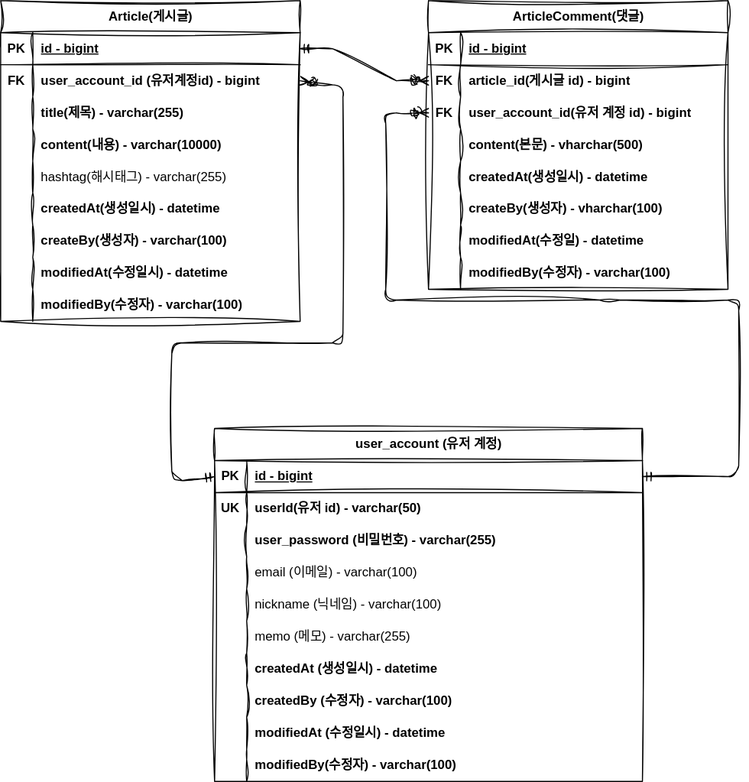
newbe01/board-service keeps this draw.io diagram as document/project-board-erd.svg. Above is the earlier version. Source tidied: cells renumbered, new cells last; positions are measured from the earlier drawing's top-left corner, leaving out a move shared by most shapes.
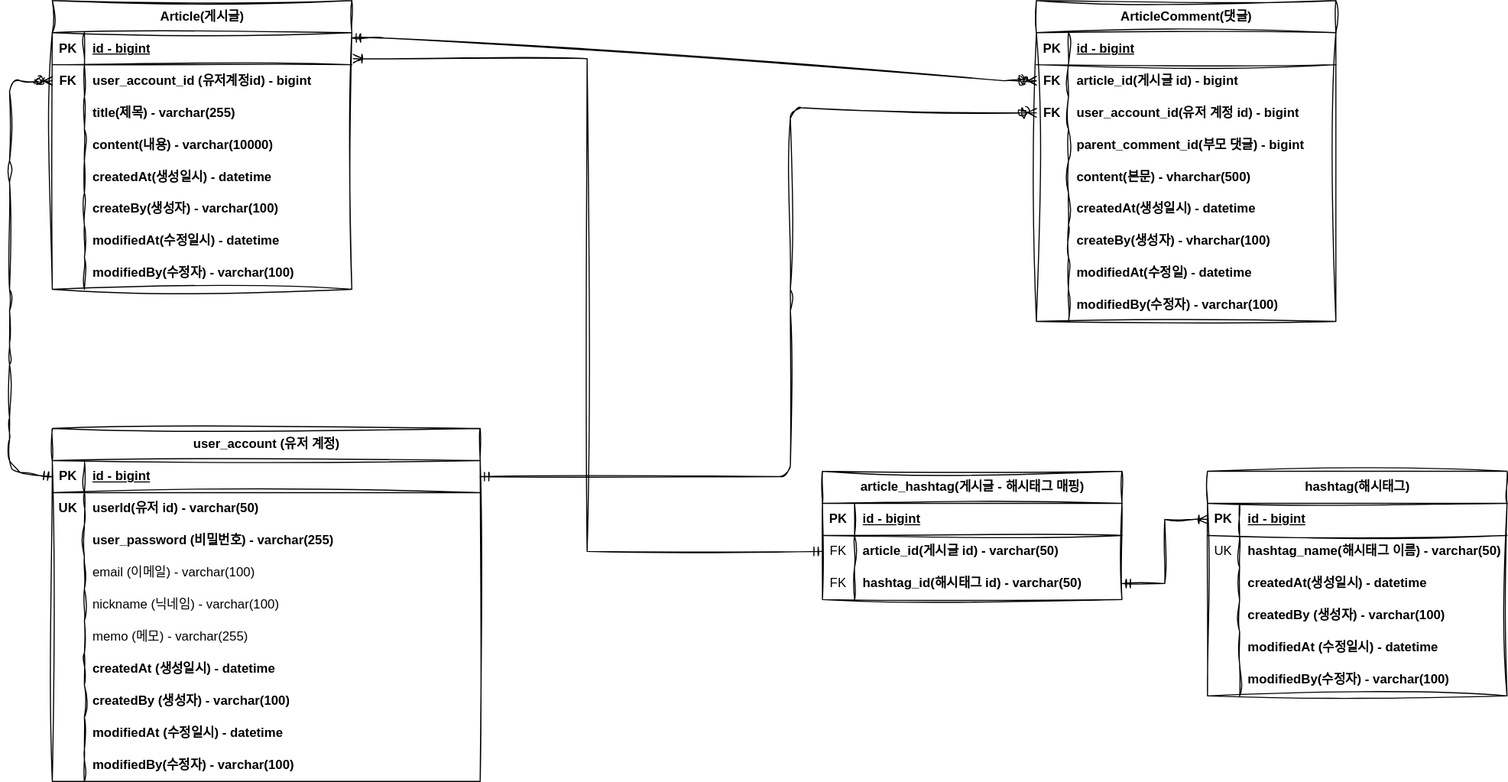
After the commit.

Commit message:
#48 - project-board-erd.svg 업데이트: 대댓글, 해시태그

The edit, as a diff of the source:
```diff
@@ -5,3 +5,3 @@
     <mxCell id="2" value="Article(게시글)" style="shape=table;startSize=30;rowLines=0;fontStyle=1;align=center;html=1;rounded=0;sketch=1;curveFitting=1;jiggle=2;" parent="1" vertex="1">
-      <mxGeometry width="280" height="300" as="geometry" />
+      <mxGeometry width="280" height="270" as="geometry" />
     </mxCell>
@@ -43,13 +43,4 @@
     </mxCell>
-    <mxCell id="15" style="shape=tableRow;horizontal=0;startSize=0;swimlaneHead=0;swimlaneBody=0;fillColor=none;top=0;left=0;right=0;bottom=0;rounded=0;sketch=1;curveFitting=1;jiggle=2;" parent="2" vertex="1">
-      <mxGeometry y="150" width="280" height="30" as="geometry" />
-    </mxCell>
-    <mxCell id="16" style="shape=partialRectangle;fillColor=none;top=0;left=0;bottom=0;right=0;overflow=hidden;whiteSpace=wrap;html=1;rounded=0;sketch=1;curveFitting=1;jiggle=2;" parent="15" vertex="1">
-      <mxGeometry width="30" height="30" as="geometry" />
-    </mxCell>
-    <mxCell id="17" value="hashtag(해시태그) - varchar(255)" style="shape=partialRectangle;fillColor=none;top=0;left=0;bottom=0;right=0;align=left;spacingLeft=6;overflow=hidden;whiteSpace=wrap;html=1;rounded=0;sketch=1;curveFitting=1;jiggle=2;" parent="15" vertex="1">
-      <mxGeometry x="30" width="250" height="30" as="geometry" />
-    </mxCell>
     <mxCell id="18" style="shape=tableRow;horizontal=0;startSize=0;swimlaneHead=0;swimlaneBody=0;fillColor=none;top=0;left=0;right=0;bottom=0;rounded=0;sketch=1;curveFitting=1;jiggle=2;" parent="2" vertex="1">
-      <mxGeometry y="180" width="280" height="30" as="geometry" />
+      <mxGeometry y="150" width="280" height="30" as="geometry" />
     </mxCell>
@@ -62,3 +53,3 @@
     <mxCell id="21" style="shape=tableRow;horizontal=0;startSize=0;swimlaneHead=0;swimlaneBody=0;fillColor=none;top=0;left=0;right=0;bottom=0;rounded=0;sketch=1;curveFitting=1;jiggle=2;" parent="2" vertex="1">
-      <mxGeometry y="210" width="280" height="30" as="geometry" />
+      <mxGeometry y="180" width="280" height="30" as="geometry" />
     </mxCell>
@@ -71,3 +62,3 @@
     <mxCell id="24" style="shape=tableRow;horizontal=0;startSize=0;swimlaneHead=0;swimlaneBody=0;fillColor=none;top=0;left=0;right=0;bottom=0;rounded=0;sketch=1;curveFitting=1;jiggle=2;" parent="2" vertex="1">
-      <mxGeometry y="240" width="280" height="30" as="geometry" />
+      <mxGeometry y="210" width="280" height="30" as="geometry" />
     </mxCell>
@@ -80,3 +71,3 @@
     <mxCell id="27" style="shape=tableRow;horizontal=0;startSize=0;swimlaneHead=0;swimlaneBody=0;fillColor=none;top=0;left=0;right=0;bottom=0;rounded=0;sketch=1;curveFitting=1;jiggle=2;" parent="2" vertex="1">
-      <mxGeometry y="270" width="280" height="30" as="geometry" />
+      <mxGeometry y="240" width="280" height="30" as="geometry" />
     </mxCell>
@@ -89,3 +80,3 @@
     <mxCell id="30" value="ArticleComment(댓글)" style="shape=table;startSize=30;rowLines=0;fontStyle=1;align=center;html=1;rounded=0;sketch=1;curveFitting=1;jiggle=2;" parent="1" vertex="1">
-      <mxGeometry x="400" width="280" height="270" as="geometry" />
+      <mxGeometry x="920" width="280" height="300" as="geometry" />
     </mxCell>
@@ -124,3 +115,3 @@
     </mxCell>
-    <mxCell id="42" value="content(본문) - vharchar(500)" style="shape=partialRectangle;fillColor=none;top=0;left=0;bottom=0;right=0;align=left;spacingLeft=6;overflow=hidden;whiteSpace=wrap;html=1;rounded=0;sketch=1;curveFitting=1;jiggle=2;fontStyle=1;" parent="40" vertex="1">
+    <mxCell id="42" value="parent_comment_id(부모 댓글) - bigint" style="shape=partialRectangle;fillColor=none;top=0;left=0;bottom=0;right=0;align=left;spacingLeft=6;overflow=hidden;whiteSpace=wrap;html=1;rounded=0;sketch=1;curveFitting=1;jiggle=2;fontStyle=1;" parent="40" vertex="1">
       <mxGeometry x="30" width="250" height="30" as="geometry" />
@@ -133,3 +124,3 @@
     </mxCell>
-    <mxCell id="45" value="createdAt(생성일시) - datetime" style="shape=partialRectangle;fillColor=none;top=0;left=0;bottom=0;right=0;align=left;spacingLeft=6;overflow=hidden;whiteSpace=wrap;html=1;rounded=0;sketch=1;curveFitting=1;jiggle=2;fontStyle=1;" parent="43" vertex="1">
+    <mxCell id="45" value="content(본문) - vharchar(500)" style="shape=partialRectangle;fillColor=none;top=0;left=0;bottom=0;right=0;align=left;spacingLeft=6;overflow=hidden;whiteSpace=wrap;html=1;rounded=0;sketch=1;curveFitting=1;jiggle=2;fontStyle=1;" parent="43" vertex="1">
       <mxGeometry x="30" width="250" height="30" as="geometry" />
@@ -142,3 +133,3 @@
     </mxCell>
-    <mxCell id="48" value="createBy(생성자) - vharchar(100)" style="shape=partialRectangle;fillColor=none;top=0;left=0;bottom=0;right=0;align=left;spacingLeft=6;overflow=hidden;whiteSpace=wrap;html=1;rounded=0;sketch=1;curveFitting=1;jiggle=2;fontStyle=1;" parent="46" vertex="1">
+    <mxCell id="48" value="createdAt(생성일시) - datetime" style="shape=partialRectangle;fillColor=none;top=0;left=0;bottom=0;right=0;align=left;spacingLeft=6;overflow=hidden;whiteSpace=wrap;html=1;rounded=0;sketch=1;curveFitting=1;jiggle=2;fontStyle=1;" parent="46" vertex="1">
       <mxGeometry x="30" width="250" height="30" as="geometry" />
@@ -151,3 +142,3 @@
     </mxCell>
-    <mxCell id="51" value="modifiedAt(수정일) - datetime" style="shape=partialRectangle;fillColor=none;top=0;left=0;bottom=0;right=0;align=left;spacingLeft=6;overflow=hidden;whiteSpace=wrap;html=1;rounded=0;sketch=1;curveFitting=1;jiggle=2;fontStyle=1;" parent="49" vertex="1">
+    <mxCell id="51" value="createBy(생성자) - vharchar(100)" style="shape=partialRectangle;fillColor=none;top=0;left=0;bottom=0;right=0;align=left;spacingLeft=6;overflow=hidden;whiteSpace=wrap;html=1;rounded=0;sketch=1;curveFitting=1;jiggle=2;fontStyle=1;" parent="49" vertex="1">
       <mxGeometry x="30" width="250" height="30" as="geometry" />
@@ -160,6 +151,15 @@
     </mxCell>
-    <mxCell id="54" value="modifiedBy(수정자) - varchar(100)" style="shape=partialRectangle;fillColor=none;top=0;left=0;bottom=0;right=0;align=left;spacingLeft=6;overflow=hidden;whiteSpace=wrap;html=1;rounded=0;sketch=1;curveFitting=1;jiggle=2;fontStyle=1;" parent="52" vertex="1">
+    <mxCell id="54" value="modifiedAt(수정일) - datetime" style="shape=partialRectangle;fillColor=none;top=0;left=0;bottom=0;right=0;align=left;spacingLeft=6;overflow=hidden;whiteSpace=wrap;html=1;rounded=0;sketch=1;curveFitting=1;jiggle=2;fontStyle=1;" parent="52" vertex="1">
       <mxGeometry x="30" width="250" height="30" as="geometry" />
     </mxCell>
+    <mxCell id="89" style="shape=tableRow;horizontal=0;startSize=0;swimlaneHead=0;swimlaneBody=0;fillColor=none;top=0;left=0;right=0;bottom=0;rounded=0;sketch=1;curveFitting=1;jiggle=2;" parent="30" vertex="1">
+      <mxGeometry y="270" width="280" height="30" as="geometry" />
+    </mxCell>
+    <mxCell id="90" style="shape=partialRectangle;fillColor=none;top=0;left=0;bottom=0;right=0;overflow=hidden;whiteSpace=wrap;html=1;rounded=0;sketch=1;curveFitting=1;jiggle=2;" parent="89" vertex="1">
+      <mxGeometry width="30" height="30" as="geometry" />
+    </mxCell>
+    <mxCell id="91" value="modifiedBy(수정자) - varchar(100)" style="shape=partialRectangle;fillColor=none;top=0;left=0;bottom=0;right=0;align=left;spacingLeft=6;overflow=hidden;whiteSpace=wrap;html=1;rounded=0;sketch=1;curveFitting=1;jiggle=2;fontStyle=1;" parent="89" vertex="1">
+      <mxGeometry x="30" width="250" height="30" as="geometry" />
+    </mxCell>
-    <mxCell id="55" style="edgeStyle=entityRelationEdgeStyle;fontSize=12;html=1;endArrow=ERzeroToMany;startArrow=ERmandOne;rounded=0;sketch=1;hachureGap=4;jiggle=2;curveFitting=1;fontFamily=Architects Daughter;fontSource=https%3A%2F%2Ffonts.googleapis.com%2Fcss%3Ffamily%3DArchitects%2BDaughter;exitX=1;exitY=0.5;exitDx=0;exitDy=0;entryX=0;entryY=0.5;entryDx=0;entryDy=0;" parent="1" edge="1" source="3" target="34">
+    <mxCell id="55" style="edgeStyle=entityRelationEdgeStyle;fontSize=12;html=1;endArrow=ERzeroToMany;startArrow=ERmandOne;rounded=0;sketch=1;hachureGap=4;jiggle=2;curveFitting=1;fontFamily=Architects Daughter;fontSource=https%3A%2F%2Ffonts.googleapis.com%2Fcss%3Ffamily%3DArchitects%2BDaughter;exitX=1.001;exitY=0.167;exitDx=0;exitDy=0;entryX=0;entryY=0.5;entryDx=0;entryDy=0;exitPerimeter=0;" parent="1" edge="1" source="3" target="34">
       <mxGeometry relative="1" as="geometry" />
@@ -167,3 +167,3 @@
     <mxCell id="56" value="user_account (유저 계정)" style="shape=table;startSize=30;rowLines=0;fontStyle=1;align=center;html=1;rounded=0;sketch=1;curveFitting=1;jiggle=2;" parent="1" vertex="1">
-      <mxGeometry x="200" y="400" width="400" height="330" as="geometry" />
+      <mxGeometry y="400" width="400" height="330" as="geometry" />
     </mxCell>
@@ -238,3 +238,3 @@
     </mxCell>
-    <mxCell id="80" value="createdBy (수정자) - varchar(100)" style="shape=partialRectangle;fillColor=none;top=0;left=0;bottom=0;right=0;align=left;spacingLeft=6;overflow=hidden;whiteSpace=wrap;html=1;rounded=0;sketch=1;curveFitting=1;jiggle=2;fontStyle=1;" parent="78" vertex="1">
+    <mxCell id="80" value="createdBy (생성자) - varchar(100)" style="shape=partialRectangle;fillColor=none;top=0;left=0;bottom=0;right=0;align=left;spacingLeft=6;overflow=hidden;whiteSpace=wrap;html=1;rounded=0;sketch=1;curveFitting=1;jiggle=2;fontStyle=1;" parent="78" vertex="1">
       <mxGeometry x="30" width="370" height="30" as="geometry" />
@@ -264,5 +264,3 @@
           <mxPoint x="690" y="280" />
-          <mxPoint x="570" y="280" />
-          <mxPoint x="360" y="280" />
-          <mxPoint x="360" y="105" />
+          <mxPoint x="690" y="100" />
         </Array>
@@ -270,9 +268,11 @@
     </mxCell>
-    <mxCell id="88" style="fontSize=12;html=1;endArrow=ERzeroToMany;startArrow=ERmandOne;sketch=1;hachureGap=4;jiggle=2;curveFitting=1;fontFamily=Architects Daughter;fontSource=https%3A%2F%2Ffonts.googleapis.com%2Fcss%3Ffamily%3DArchitects%2BDaughter;exitX=0;exitY=0.5;exitDx=0;exitDy=0;rounded=1;entryX=1;entryY=0.5;entryDx=0;entryDy=0;" parent="1" edge="1" source="57" target="6">
+    <mxCell id="88" style="fontSize=12;html=1;endArrow=ERzeroToMany;startArrow=ERmandOne;sketch=1;hachureGap=4;jiggle=2;curveFitting=1;fontFamily=Architects Daughter;fontSource=https%3A%2F%2Ffonts.googleapis.com%2Fcss%3Ffamily%3DArchitects%2BDaughter;exitX=0;exitY=0.5;exitDx=0;exitDy=0;rounded=1;entryX=0;entryY=0.5;entryDx=0;entryDy=0;" parent="1" edge="1" source="57" target="6">
       <mxGeometry relative="1" as="geometry">
         <Array as="points">
-          <mxPoint x="160" y="450" />
-          <mxPoint x="160" y="320" />
-          <mxPoint x="320" y="320" />
-          <mxPoint x="320" y="80" />
+          <mxPoint x="-40" y="440" />
+          <mxPoint x="-40" y="400" />
+          <mxPoint x="-40" y="330" />
+          <mxPoint x="-40" y="280" />
+          <mxPoint x="-40" y="160" />
+          <mxPoint x="-40" y="75" />
         </Array>
@@ -280,2 +280,95 @@
     </mxCell>
+    <mxCell id="92" value="hashtag(해시태그)" style="shape=table;startSize=30;rowLines=0;fontStyle=1;align=center;html=1;rounded=0;sketch=1;curveFitting=1;jiggle=2;" parent="1" vertex="1">
+      <mxGeometry x="1080" y="440" width="280" height="210" as="geometry" />
+    </mxCell>
+    <mxCell id="93" style="shape=tableRow;horizontal=0;startSize=0;swimlaneHead=0;swimlaneBody=0;fillColor=none;points=[[0,0.5],[1,0.5]];portConstraint=eastwest;top=0;left=0;right=0;bottom=1;rounded=0;sketch=1;curveFitting=1;jiggle=2;" parent="92" vertex="1">
+      <mxGeometry y="30" width="280" height="30" as="geometry" />
+    </mxCell>
+    <mxCell id="94" value="PK" style="shape=partialRectangle;fillColor=none;top=0;left=0;bottom=0;right=0;fontStyle=1;overflow=hidden;whiteSpace=wrap;html=1;rounded=0;sketch=1;curveFitting=1;jiggle=2;" parent="93" vertex="1">
+      <mxGeometry width="30" height="30" as="geometry" />
+    </mxCell>
+    <mxCell id="95" value="id - bigint" style="shape=partialRectangle;fillColor=none;top=0;left=0;bottom=0;right=0;align=left;spacingLeft=6;fontStyle=5;overflow=hidden;whiteSpace=wrap;html=1;rounded=0;sketch=1;curveFitting=1;jiggle=2;" parent="93" vertex="1">
+      <mxGeometry x="30" width="250" height="30" as="geometry" />
+    </mxCell>
+    <mxCell id="96" style="shape=tableRow;horizontal=0;startSize=0;swimlaneHead=0;swimlaneBody=0;fillColor=none;top=0;left=0;right=0;bottom=0;rounded=0;sketch=1;curveFitting=1;jiggle=2;" parent="92" vertex="1">
+      <mxGeometry y="60" width="280" height="30" as="geometry" />
+    </mxCell>
+    <mxCell id="97" value="&lt;span style=&quot;font-weight: normal;&quot;&gt;UK&lt;/span&gt;" style="shape=partialRectangle;fillColor=none;top=0;left=0;bottom=0;right=0;overflow=hidden;whiteSpace=wrap;html=1;rounded=0;sketch=1;curveFitting=1;jiggle=2;fontStyle=1;" parent="96" vertex="1">
+      <mxGeometry width="30" height="30" as="geometry" />
+    </mxCell>
+    <mxCell id="98" value="hashtag_name(해시태그 이름) - varchar(50)" style="shape=partialRectangle;fillColor=none;top=0;left=0;bottom=0;right=0;align=left;spacingLeft=6;overflow=hidden;whiteSpace=wrap;html=1;rounded=0;sketch=1;curveFitting=1;jiggle=2;fontStyle=1;" parent="96" vertex="1">
+      <mxGeometry x="30" width="250" height="30" as="geometry" />
+    </mxCell>
+    <mxCell id="99" style="shape=tableRow;horizontal=0;startSize=0;swimlaneHead=0;swimlaneBody=0;fillColor=none;top=0;left=0;right=0;bottom=0;rounded=0;sketch=1;curveFitting=1;jiggle=2;" parent="92" vertex="1">
+      <mxGeometry y="90" width="280" height="30" as="geometry" />
+    </mxCell>
+    <mxCell id="100" style="shape=partialRectangle;fillColor=none;top=0;left=0;bottom=0;right=0;overflow=hidden;whiteSpace=wrap;html=1;rounded=0;sketch=1;curveFitting=1;jiggle=2;fontStyle=1;" parent="99" vertex="1">
+      <mxGeometry width="30" height="30" as="geometry" />
+    </mxCell>
+    <mxCell id="101" value="createdAt(생성일시) - datetime" style="shape=partialRectangle;fillColor=none;top=0;left=0;bottom=0;right=0;align=left;spacingLeft=6;overflow=hidden;whiteSpace=wrap;html=1;rounded=0;sketch=1;curveFitting=1;jiggle=2;fontStyle=1;" parent="99" vertex="1">
+      <mxGeometry x="30" width="250" height="30" as="geometry" />
+    </mxCell>
+    <mxCell id="102" style="shape=tableRow;horizontal=0;startSize=0;swimlaneHead=0;swimlaneBody=0;fillColor=none;top=0;left=0;right=0;bottom=0;rounded=0;sketch=1;curveFitting=1;jiggle=2;" parent="92" vertex="1">
+      <mxGeometry y="120" width="280" height="30" as="geometry" />
+    </mxCell>
+    <mxCell id="103" style="shape=partialRectangle;fillColor=none;top=0;left=0;bottom=0;right=0;overflow=hidden;whiteSpace=wrap;html=1;rounded=0;sketch=1;curveFitting=1;jiggle=2;" parent="102" vertex="1">
+      <mxGeometry width="30" height="30" as="geometry" />
+    </mxCell>
+    <mxCell id="104" value="createdBy (생성자) - varchar(100)" style="shape=partialRectangle;fillColor=none;top=0;left=0;bottom=0;right=0;align=left;spacingLeft=6;overflow=hidden;whiteSpace=wrap;html=1;rounded=0;sketch=1;curveFitting=1;jiggle=2;fontStyle=1;" parent="102" vertex="1">
+      <mxGeometry x="30" width="250" height="30" as="geometry" />
+    </mxCell>
+    <mxCell id="15" style="shape=tableRow;horizontal=0;startSize=0;swimlaneHead=0;swimlaneBody=0;fillColor=none;top=0;left=0;right=0;bottom=0;rounded=0;sketch=1;curveFitting=1;jiggle=2;" parent="92" vertex="1">
+      <mxGeometry y="150" width="280" height="30" as="geometry" />
+    </mxCell>
+    <mxCell id="105" style="shape=partialRectangle;fillColor=none;top=0;left=0;bottom=0;right=0;overflow=hidden;whiteSpace=wrap;html=1;rounded=0;sketch=1;curveFitting=1;jiggle=2;" parent="15" vertex="1">
+      <mxGeometry width="30" height="30" as="geometry" />
+    </mxCell>
+    <mxCell id="106" value="modifiedAt (수정일시) - datetime" style="shape=partialRectangle;fillColor=none;top=0;left=0;bottom=0;right=0;align=left;spacingLeft=6;overflow=hidden;whiteSpace=wrap;html=1;rounded=0;sketch=1;curveFitting=1;jiggle=2;fontStyle=1;" parent="15" vertex="1">
+      <mxGeometry x="30" width="250" height="30" as="geometry" />
+    </mxCell>
+    <mxCell id="107" style="shape=tableRow;horizontal=0;startSize=0;swimlaneHead=0;swimlaneBody=0;fillColor=none;top=0;left=0;right=0;bottom=0;rounded=0;sketch=1;curveFitting=1;jiggle=2;" parent="92" vertex="1">
+      <mxGeometry y="180" width="280" height="30" as="geometry" />
+    </mxCell>
+    <mxCell id="108" style="shape=partialRectangle;fillColor=none;top=0;left=0;bottom=0;right=0;overflow=hidden;whiteSpace=wrap;html=1;rounded=0;sketch=1;curveFitting=1;jiggle=2;" parent="107" vertex="1">
+      <mxGeometry width="30" height="30" as="geometry" />
+    </mxCell>
+    <mxCell id="109" value="modifiedBy(수정자) - varchar(100)" style="shape=partialRectangle;fillColor=none;top=0;left=0;bottom=0;right=0;align=left;spacingLeft=6;overflow=hidden;whiteSpace=wrap;html=1;rounded=0;sketch=1;curveFitting=1;jiggle=2;fontStyle=1;" parent="107" vertex="1">
+      <mxGeometry x="30" width="250" height="30" as="geometry" />
+    </mxCell>
+    <mxCell id="110" value="article_hashtag(게시글 - 해시태그 매핑)" style="shape=table;startSize=30;rowLines=0;fontStyle=1;align=center;html=1;rounded=0;sketch=1;curveFitting=1;jiggle=2;" parent="1" vertex="1">
+      <mxGeometry x="720" y="440" width="280" height="120" as="geometry" />
+    </mxCell>
+    <mxCell id="111" style="shape=tableRow;horizontal=0;startSize=0;swimlaneHead=0;swimlaneBody=0;fillColor=none;top=0;left=0;right=0;bottom=1;rounded=0;sketch=1;curveFitting=1;jiggle=2;" parent="110" vertex="1">
+      <mxGeometry y="30" width="280" height="30" as="geometry" />
+    </mxCell>
+    <mxCell id="112" value="PK" style="shape=partialRectangle;fillColor=none;top=0;left=0;bottom=0;right=0;fontStyle=1;overflow=hidden;whiteSpace=wrap;html=1;rounded=0;sketch=1;curveFitting=1;jiggle=2;" parent="111" vertex="1">
+      <mxGeometry width="30" height="30" as="geometry" />
+    </mxCell>
+    <mxCell id="113" value="id - bigint" style="shape=partialRectangle;fillColor=none;top=0;left=0;bottom=0;right=0;align=left;spacingLeft=6;fontStyle=5;overflow=hidden;whiteSpace=wrap;html=1;rounded=0;sketch=1;curveFitting=1;jiggle=2;" parent="111" vertex="1">
+      <mxGeometry x="30" width="250" height="30" as="geometry" />
+    </mxCell>
+    <mxCell id="114" style="shape=tableRow;horizontal=0;startSize=0;swimlaneHead=0;swimlaneBody=0;fillColor=none;points=[[0,0.5],[1,0.5]];portConstraint=eastwest;top=0;left=0;right=0;bottom=0;rounded=0;sketch=1;curveFitting=1;jiggle=2;" parent="110" vertex="1">
+      <mxGeometry y="60" width="280" height="30" as="geometry" />
+    </mxCell>
+    <mxCell id="115" value="&lt;span style=&quot;font-weight: normal;&quot;&gt;FK&lt;/span&gt;" style="shape=partialRectangle;fillColor=none;top=0;left=0;bottom=0;right=0;overflow=hidden;whiteSpace=wrap;html=1;rounded=0;sketch=1;curveFitting=1;jiggle=2;fontStyle=1;" parent="114" vertex="1">
+      <mxGeometry width="30" height="30" as="geometry" />
+    </mxCell>
+    <mxCell id="116" value="article_id(게시글 id) - varchar(50)" style="shape=partialRectangle;fillColor=none;top=0;left=0;bottom=0;right=0;align=left;spacingLeft=6;overflow=hidden;whiteSpace=wrap;html=1;rounded=0;sketch=1;curveFitting=1;jiggle=2;fontStyle=1;" parent="114" vertex="1">
+      <mxGeometry x="30" width="250" height="30" as="geometry" />
+    </mxCell>
+    <mxCell id="117" style="shape=tableRow;horizontal=0;startSize=0;swimlaneHead=0;swimlaneBody=0;fillColor=none;points=[[0,0.5],[1,0.5]];portConstraint=eastwest;top=0;left=0;right=0;bottom=0;rounded=0;sketch=1;curveFitting=1;jiggle=2;" parent="110" vertex="1">
+      <mxGeometry y="90" width="280" height="30" as="geometry" />
+    </mxCell>
+    <mxCell id="118" value="&lt;span style=&quot;font-weight: normal;&quot;&gt;FK&lt;/span&gt;" style="shape=partialRectangle;fillColor=none;top=0;left=0;bottom=0;right=0;overflow=hidden;whiteSpace=wrap;html=1;rounded=0;sketch=1;curveFitting=1;jiggle=2;fontStyle=1;" parent="117" vertex="1">
+      <mxGeometry width="30" height="30" as="geometry" />
+    </mxCell>
+    <mxCell id="119" value="hashtag_id(해시태그 id) - varchar(50)" style="shape=partialRectangle;fillColor=none;top=0;left=0;bottom=0;right=0;align=left;spacingLeft=6;overflow=hidden;whiteSpace=wrap;html=1;rounded=0;sketch=1;curveFitting=1;jiggle=2;fontStyle=1;" parent="117" vertex="1">
+      <mxGeometry x="30" width="250" height="30" as="geometry" />
+    </mxCell>
+    <mxCell id="120" style="edgeStyle=orthogonalEdgeStyle;rounded=0;jettySize=auto;html=1;exitX=1;exitY=0.5;exitDx=0;exitDy=0;entryX=0;entryY=0.5;entryDx=0;entryDy=0;startArrow=ERmandOne;startFill=0;endArrow=ERoneToMany;endFill=0;sketch=1;curveFitting=1;jiggle=2;" parent="1" edge="1" source="117" target="93">
+      <mxGeometry relative="1" as="geometry" />
+    </mxCell>
+    <mxCell id="121" style="edgeStyle=orthogonalEdgeStyle;rounded=0;jettySize=auto;html=1;exitX=0;exitY=0.5;exitDx=0;exitDy=0;entryX=1.005;entryY=0.81;entryDx=0;entryDy=0;entryPerimeter=0;endArrow=ERoneToMany;endFill=0;startArrow=ERmandOne;startFill=0;sketch=1;curveFitting=1;jiggle=2;" parent="1" edge="1" source="114" target="3">
+      <mxGeometry relative="1" as="geometry" />
+    </mxCell>
   </root>
```
